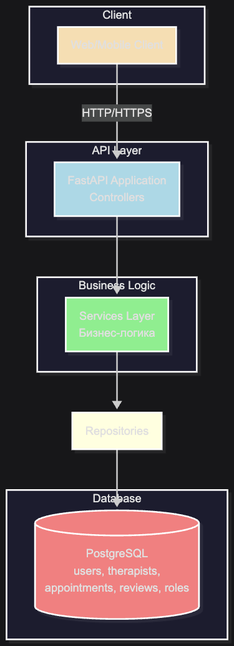
Earlier version of the Mermaid export docs/architecture/architecture_diagram.png (nikitabel0/mospoly-psychological-support). Its source is kept beside it as docs/architecture/architecture_diagram.mmd. The source it was exported from:
```mermaid
graph TB
    subgraph "Client"
        Browser[Web/Mobile Client]
    end

    subgraph "API Layer"
        FastAPI[FastAPI Application<br/>Controllers]
    end

    subgraph "Business Logic"
        Services[Services Layer<br/>Бизнес-логика]
    end

    subgraph "Database"
        DB[(PostgreSQL<br/>users, therapists,<br/>appointments, reviews, roles)]
    end

    Browser -->|HTTP/HTTPS| FastAPI
    FastAPI --> Services
    Services --> Repositories
    Repositories --> DB

    classDef client fill:#F5DEB3
    classDef api fill:#ADD8E6
    classDef business fill:#90EE90
    classDef data fill:#FFFFE0
    classDef database fill:#F08080

    class Browser client
    class FastAPI api
    class Services business
    class Repositories,Auth data
    class DB database
```
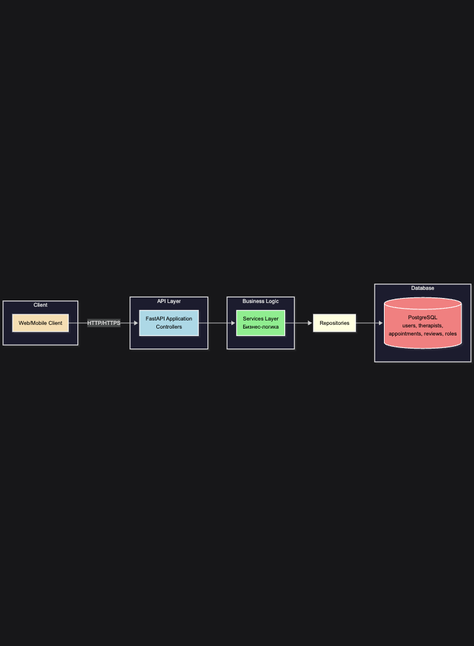
After the commit.

Change to the diagram source:
```diff
@@ -1,17 +1,17 @@
-graph TB
-    subgraph "Client"
+graph LR
+    subgraph Client["Client"]
         Browser[Web/Mobile Client]
     end
 
-    subgraph "API Layer"
+    subgraph API["API Layer"]
         FastAPI[FastAPI Application<br/>Controllers]
     end
 
-    subgraph "Business Logic"
+    subgraph Business["Business Logic"]
         Services[Services Layer<br/>Бизнес-логика]
     end
 
-    subgraph "Database"
+    subgraph Database["Database"]
         DB[(PostgreSQL<br/>users, therapists,<br/>appointments, reviews, roles)]
     end
 
@@ -20,11 +20,11 @@
     Services --> Repositories
     Repositories --> DB
 
-    classDef client fill:#F5DEB3
-    classDef api fill:#ADD8E6
-    classDef business fill:#90EE90
-    classDef data fill:#FFFFE0
-    classDef database fill:#F08080
+    classDef client fill:#F5DEB3,color:#000
+    classDef api fill:#ADD8E6,color:#000
+    classDef business fill:#90EE90,color:#000
+    classDef data fill:#FFFFE0,color:#000
+    classDef database fill:#F08080,color:#000
 
     class Browser client
     class FastAPI api
```
